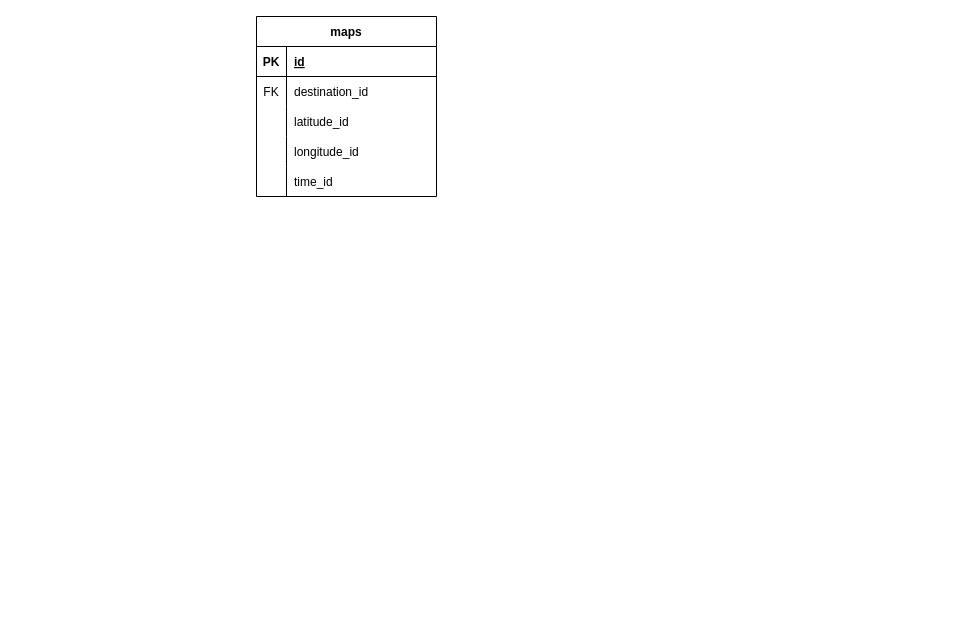
vantan-production/25AutumnTechJam keeps this draw.io diagram as cafe.drawio. Above is the earlier version. Source tidied: cells renumbered, new cells numbered last; positions are measured from the earlier drawing's top-left corner, leaving out a move shared by most shapes. Both pictures are drawn from the tidied source at 100%, with x=0, y=0 at pixel (256, 16).
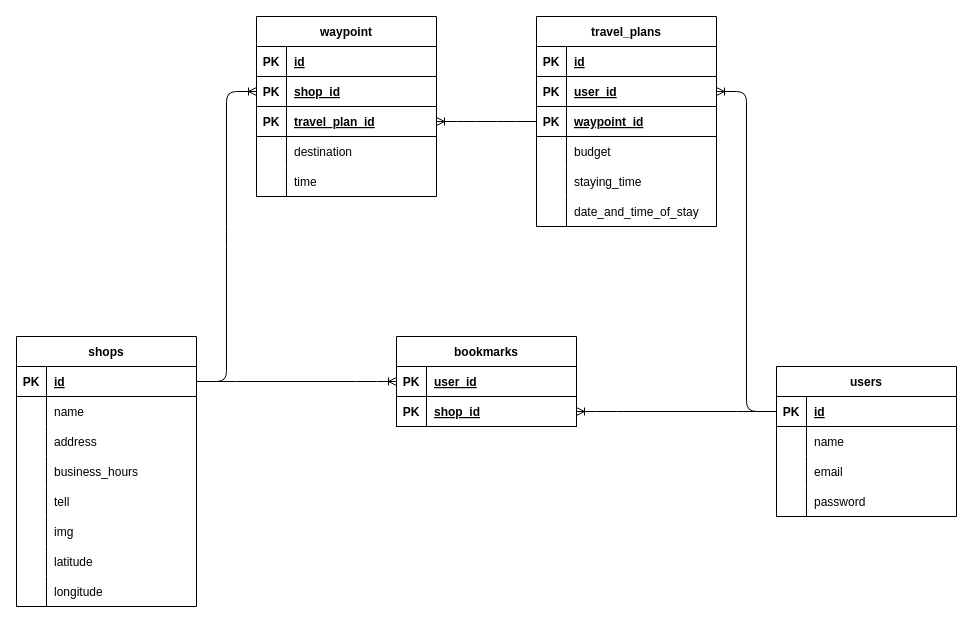
The same diagram, later.

Commit message:
一旦テーブル設計完成

What changed in the source:
```diff
@@
-    <mxCell id="2" value="maps" style="shape=table;startSize=30;childLayout=tableLayout;rowLines=0;fontStyle=1;align=center;" parent="1" vertex="1">
+    <mxCell id="2" value="waypoint" style="shape=table;startSize=30;childLayout=tableLayout;rowLines=0;fontStyle=1;align=center;" parent="1" vertex="1">
       <mxGeometry width="180" height="180" as="geometry" />
     </mxCell>
@@
+    <mxCell id="18" style="shape=tableRow;horizontal=0;startSize=0;swimlaneHead=0;swimlaneBody=0;fillColor=none;points=[[0,0.5],[1,0.5]];portConstraint=eastwest;top=0;left=0;right=0;bottom=1;" parent="2" vertex="1">
+      <mxGeometry y="60" width="180" height="30" as="geometry" />
+    </mxCell>
+    <mxCell id="19" value="PK" style="shape=partialRectangle;fillColor=none;top=0;left=0;bottom=0;right=0;fontStyle=1;overflow=hidden;" parent="18" vertex="1">
+      <mxGeometry width="30" height="30" as="geometry" />
+    </mxCell>
+    <mxCell id="20" value="shop_id" style="shape=partialRectangle;fillColor=none;top=0;left=0;bottom=0;right=0;align=left;spacingLeft=6;fontStyle=5;overflow=hidden;" parent="18" vertex="1">
+      <mxGeometry x="30" width="150" height="30" as="geometry" />
+    </mxCell>
+    <mxCell id="21" style="shape=tableRow;horizontal=0;startSize=0;swimlaneHead=0;swimlaneBody=0;fillColor=none;points=[[0,0.5],[1,0.5]];portConstraint=eastwest;top=0;left=0;right=0;bottom=1;" parent="2" vertex="1">
+      <mxGeometry y="90" width="180" height="30" as="geometry" />
+    </mxCell>
+    <mxCell id="22" value="PK" style="shape=partialRectangle;fillColor=none;top=0;left=0;bottom=0;right=0;fontStyle=1;overflow=hidden;" parent="21" vertex="1">
+      <mxGeometry width="30" height="30" as="geometry" />
+    </mxCell>
+    <mxCell id="23" value="travel_plan_id" style="shape=partialRectangle;fillColor=none;top=0;left=0;bottom=0;right=0;align=left;spacingLeft=6;fontStyle=5;overflow=hidden;" parent="21" vertex="1">
+      <mxGeometry x="30" width="150" height="30" as="geometry" />
+    </mxCell>
     <mxCell id="6" style="shape=tableRow;horizontal=0;startSize=0;swimlaneHead=0;swimlaneBody=0;fillColor=none;top=0;left=0;right=0;bottom=0;" parent="2" vertex="1">
-      <mxGeometry y="60" width="180" height="30" as="geometry" />
+      <mxGeometry y="120" width="180" height="30" as="geometry" />
     </mxCell>
-    <mxCell id="7" value="FK" style="shape=partialRectangle;fillColor=none;top=0;left=0;bottom=0;right=0;overflow=hidden;" parent="6" vertex="1">
+    <mxCell id="7" style="shape=partialRectangle;fillColor=none;top=0;left=0;bottom=0;right=0;overflow=hidden;" parent="6" vertex="1">
       <mxGeometry width="30" height="30" as="geometry" />
     </mxCell>
-    <mxCell id="8" value="destination_id" style="shape=partialRectangle;fillColor=none;top=0;left=0;bottom=0;right=0;align=left;spacingLeft=6;overflow=hidden;" parent="6" vertex="1">
+    <mxCell id="8" value="destination" style="shape=partialRectangle;fillColor=none;top=0;left=0;bottom=0;right=0;align=left;spacingLeft=6;overflow=hidden;" parent="6" vertex="1">
       <mxGeometry x="30" width="150" height="30" as="geometry" />
     </mxCell>
+    <mxCell id="15" style="shape=tableRow;horizontal=0;startSize=0;swimlaneHead=0;swimlaneBody=0;fillColor=none;top=0;left=0;right=0;bottom=0;" parent="2" vertex="1">
+      <mxGeometry y="150" width="180" height="30" as="geometry" />
+    </mxCell>
+    <mxCell id="16" style="shape=partialRectangle;fillColor=none;top=0;left=0;bottom=0;right=0;overflow=hidden;" parent="15" vertex="1">
+      <mxGeometry width="30" height="30" as="geometry" />
+    </mxCell>
+    <mxCell id="17" value="time" style="shape=partialRectangle;fillColor=none;top=0;left=0;bottom=0;right=0;align=left;spacingLeft=6;overflow=hidden;" parent="15" vertex="1">
+      <mxGeometry x="30" width="150" height="30" as="geometry" />
+    </mxCell>
+    <mxCell id="24" value="bookmarks" style="shape=table;startSize=30;childLayout=tableLayout;rowLines=0;fontStyle=1;align=center;" parent="1" vertex="1">
+      <mxGeometry x="140" y="320" width="180" height="90" as="geometry" />
+    </mxCell>
+    <mxCell id="25" style="shape=tableRow;horizontal=0;startSize=0;swimlaneHead=0;swimlaneBody=0;fillColor=none;points=[[0,0.5],[1,0.5]];portConstraint=eastwest;top=0;left=0;right=0;bottom=1;" parent="24" vertex="1">
+      <mxGeometry y="30" width="180" height="30" as="geometry" />
+    </mxCell>
+    <mxCell id="26" value="PK" style="shape=partialRectangle;fillColor=none;top=0;left=0;bottom=0;right=0;fontStyle=1;overflow=hidden;" parent="25" vertex="1">
+      <mxGeometry width="30" height="30" as="geometry" />
+    </mxCell>
+    <mxCell id="27" value="user_id" style="shape=partialRectangle;fillColor=none;top=0;left=0;bottom=0;right=0;align=left;spacingLeft=6;fontStyle=5;overflow=hidden;" parent="25" vertex="1">
+      <mxGeometry x="30" width="150" height="30" as="geometry" />
+    </mxCell>
+    <mxCell id="28" style="shape=tableRow;horizontal=0;startSize=0;swimlaneHead=0;swimlaneBody=0;fillColor=none;points=[[0,0.5],[1,0.5]];portConstraint=eastwest;top=0;left=0;right=0;bottom=1;" parent="24" vertex="1">
+      <mxGeometry y="60" width="180" height="30" as="geometry" />
+    </mxCell>
+    <mxCell id="29" value="PK" style="shape=partialRectangle;fillColor=none;top=0;left=0;bottom=0;right=0;fontStyle=1;overflow=hidden;" parent="28" vertex="1">
+      <mxGeometry width="30" height="30" as="geometry" />
+    </mxCell>
+    <mxCell id="30" value="shop_id" style="shape=partialRectangle;fillColor=none;top=0;left=0;bottom=0;right=0;align=left;spacingLeft=6;fontStyle=5;overflow=hidden;" parent="28" vertex="1">
+      <mxGeometry x="30" width="150" height="30" as="geometry" />
+    </mxCell>
+    <mxCell id="31" value="shops" style="shape=table;startSize=30;childLayout=tableLayout;rowLines=0;fontStyle=1;align=center;" parent="1" vertex="1">
+      <mxGeometry x="-240" y="320" width="180" height="270" as="geometry" />
+    </mxCell>
+    <mxCell id="32" style="shape=tableRow;horizontal=0;startSize=0;swimlaneHead=0;swimlaneBody=0;fillColor=none;points=[[0,0.5],[1,0.5]];portConstraint=eastwest;top=0;left=0;right=0;bottom=1;" parent="31" vertex="1">
+      <mxGeometry y="30" width="180" height="30" as="geometry" />
+    </mxCell>
+    <mxCell id="33" value="PK" style="shape=partialRectangle;fillColor=none;top=0;left=0;bottom=0;right=0;fontStyle=1;overflow=hidden;" parent="32" vertex="1">
+      <mxGeometry width="30" height="30" as="geometry" />
+    </mxCell>
+    <mxCell id="34" value="id" style="shape=partialRectangle;fillColor=none;top=0;left=0;bottom=0;right=0;align=left;spacingLeft=6;fontStyle=5;overflow=hidden;" parent="32" vertex="1">
+      <mxGeometry x="30" width="150" height="30" as="geometry" />
+    </mxCell>
+    <mxCell id="35" style="shape=tableRow;horizontal=0;startSize=0;swimlaneHead=0;swimlaneBody=0;fillColor=none;top=0;left=0;right=0;bottom=0;" parent="31" vertex="1">
+      <mxGeometry y="60" width="180" height="30" as="geometry" />
+    </mxCell>
+    <mxCell id="36" style="shape=partialRectangle;fillColor=none;top=0;left=0;bottom=0;right=0;overflow=hidden;" parent="35" vertex="1">
+      <mxGeometry width="30" height="30" as="geometry" />
+    </mxCell>
+    <mxCell id="37" value="name" style="shape=partialRectangle;fillColor=none;top=0;left=0;bottom=0;right=0;align=left;spacingLeft=6;overflow=hidden;" parent="35" vertex="1">
+      <mxGeometry x="30" width="150" height="30" as="geometry" />
+    </mxCell>
+    <mxCell id="38" style="shape=tableRow;horizontal=0;startSize=0;swimlaneHead=0;swimlaneBody=0;fillColor=none;top=0;left=0;right=0;bottom=0;" parent="31" vertex="1">
+      <mxGeometry y="90" width="180" height="30" as="geometry" />
+    </mxCell>
+    <mxCell id="39" style="shape=partialRectangle;fillColor=none;top=0;left=0;bottom=0;right=0;overflow=hidden;" parent="38" vertex="1">
+      <mxGeometry width="30" height="30" as="geometry" />
+    </mxCell>
+    <mxCell id="40" value="address" style="shape=partialRectangle;fillColor=none;top=0;left=0;bottom=0;right=0;align=left;spacingLeft=6;overflow=hidden;" parent="38" vertex="1">
+      <mxGeometry x="30" width="150" height="30" as="geometry" />
+    </mxCell>
+    <mxCell id="41" style="shape=tableRow;horizontal=0;startSize=0;swimlaneHead=0;swimlaneBody=0;fillColor=none;top=0;left=0;right=0;bottom=0;" parent="31" vertex="1">
+      <mxGeometry y="120" width="180" height="30" as="geometry" />
+    </mxCell>
+    <mxCell id="42" style="shape=partialRectangle;fillColor=none;top=0;left=0;bottom=0;right=0;overflow=hidden;" parent="41" vertex="1">
+      <mxGeometry width="30" height="30" as="geometry" />
+    </mxCell>
+    <mxCell id="43" value="business_hours" style="shape=partialRectangle;fillColor=none;top=0;left=0;bottom=0;right=0;align=left;spacingLeft=6;overflow=hidden;" parent="41" vertex="1">
+      <mxGeometry x="30" width="150" height="30" as="geometry" />
+    </mxCell>
+    <mxCell id="44" style="shape=tableRow;horizontal=0;startSize=0;swimlaneHead=0;swimlaneBody=0;fillColor=none;top=0;left=0;right=0;bottom=0;" parent="31" vertex="1">
+      <mxGeometry y="150" width="180" height="30" as="geometry" />
+    </mxCell>
+    <mxCell id="45" style="shape=partialRectangle;fillColor=none;top=0;left=0;bottom=0;right=0;overflow=hidden;" parent="44" vertex="1">
+      <mxGeometry width="30" height="30" as="geometry" />
+    </mxCell>
+    <mxCell id="46" value="tell" style="shape=partialRectangle;fillColor=none;top=0;left=0;bottom=0;right=0;align=left;spacingLeft=6;overflow=hidden;" parent="44" vertex="1">
+      <mxGeometry x="30" width="150" height="30" as="geometry" />
+    </mxCell>
+    <mxCell id="47" style="shape=tableRow;horizontal=0;startSize=0;swimlaneHead=0;swimlaneBody=0;fillColor=none;top=0;left=0;right=0;bottom=0;" parent="31" vertex="1">
+      <mxGeometry y="180" width="180" height="30" as="geometry" />
+    </mxCell>
+    <mxCell id="48" style="shape=partialRectangle;fillColor=none;top=0;left=0;bottom=0;right=0;overflow=hidden;" parent="47" vertex="1">
+      <mxGeometry width="30" height="30" as="geometry" />
+    </mxCell>
+    <mxCell id="49" value="img" style="shape=partialRectangle;fillColor=none;top=0;left=0;bottom=0;right=0;align=left;spacingLeft=6;overflow=hidden;" parent="47" vertex="1">
+      <mxGeometry x="30" width="150" height="30" as="geometry" />
+    </mxCell>
-    <mxCell id="9" style="shape=tableRow;horizontal=0;startSize=0;swimlaneHead=0;swimlaneBody=0;fillColor=none;top=0;left=0;right=0;bottom=0;" parent="2" vertex="1">
-      <mxGeometry y="90" width="180" height="30" as="geometry" />
+    <mxCell id="9" style="shape=tableRow;horizontal=0;startSize=0;swimlaneHead=0;swimlaneBody=0;fillColor=none;top=0;left=0;right=0;bottom=0;" parent="31" vertex="1">
+      <mxGeometry y="210" width="180" height="30" as="geometry" />
     </mxCell>
@@
-    <mxCell id="11" value="latitude_id" style="shape=partialRectangle;fillColor=none;top=0;left=0;bottom=0;right=0;align=left;spacingLeft=6;overflow=hidden;" parent="9" vertex="1">
+    <mxCell id="11" value="latitude" style="shape=partialRectangle;fillColor=none;top=0;left=0;bottom=0;right=0;align=left;spacingLeft=6;overflow=hidden;" parent="9" vertex="1">
       <mxGeometry x="30" width="150" height="30" as="geometry" />
     </mxCell>
-    <mxCell id="12" style="shape=tableRow;horizontal=0;startSize=0;swimlaneHead=0;swimlaneBody=0;fillColor=none;top=0;left=0;right=0;bottom=0;" parent="2" vertex="1">
-      <mxGeometry y="120" width="180" height="30" as="geometry" />
+    <mxCell id="12" style="shape=tableRow;horizontal=0;startSize=0;swimlaneHead=0;swimlaneBody=0;fillColor=none;top=0;left=0;right=0;bottom=0;" parent="31" vertex="1">
+      <mxGeometry y="240" width="180" height="30" as="geometry" />
     </mxCell>
@@
-    <mxCell id="14" value="longitude_id" style="shape=partialRectangle;fillColor=none;top=0;left=0;bottom=0;right=0;align=left;spacingLeft=6;overflow=hidden;" parent="12" vertex="1">
+    <mxCell id="14" value="longitude" style="shape=partialRectangle;fillColor=none;top=0;left=0;bottom=0;right=0;align=left;spacingLeft=6;overflow=hidden;" parent="12" vertex="1">
       <mxGeometry x="30" width="150" height="30" as="geometry" />
     </mxCell>
-    <mxCell id="15" style="shape=tableRow;horizontal=0;startSize=0;swimlaneHead=0;swimlaneBody=0;fillColor=none;top=0;left=0;right=0;bottom=0;" parent="2" vertex="1">
-      <mxGeometry y="150" width="180" height="30" as="geometry" />
-    </mxCell>
-    <mxCell id="16" style="shape=partialRectangle;fillColor=none;top=0;left=0;bottom=0;right=0;overflow=hidden;" parent="15" vertex="1">
-      <mxGeometry width="30" height="30" as="geometry" />
-    </mxCell>
-    <mxCell id="17" value="time_id" style="shape=partialRectangle;fillColor=none;top=0;left=0;bottom=0;right=0;align=left;spacingLeft=6;overflow=hidden;" parent="15" vertex="1">
-      <mxGeometry x="30" width="150" height="30" as="geometry" />
-    </mxCell>
+    <mxCell id="50" value="users" style="shape=table;startSize=30;childLayout=tableLayout;rowLines=0;fontStyle=1;align=center;" parent="1" vertex="1">
+      <mxGeometry x="520" y="350" width="180" height="150" as="geometry" />
+    </mxCell>
+    <mxCell id="51" style="shape=tableRow;horizontal=0;startSize=0;swimlaneHead=0;swimlaneBody=0;fillColor=none;points=[[0,0.5],[1,0.5]];portConstraint=eastwest;top=0;left=0;right=0;bottom=1;" parent="50" vertex="1">
+      <mxGeometry y="30" width="180" height="30" as="geometry" />
+    </mxCell>
+    <mxCell id="52" value="PK" style="shape=partialRectangle;fillColor=none;top=0;left=0;bottom=0;right=0;fontStyle=1;overflow=hidden;" parent="51" vertex="1">
+      <mxGeometry width="30" height="30" as="geometry" />
+    </mxCell>
+    <mxCell id="53" value="id" style="shape=partialRectangle;fillColor=none;top=0;left=0;bottom=0;right=0;align=left;spacingLeft=6;fontStyle=5;overflow=hidden;" parent="51" vertex="1">
+      <mxGeometry x="30" width="150" height="30" as="geometry" />
+    </mxCell>
+    <mxCell id="54" style="shape=tableRow;horizontal=0;startSize=0;swimlaneHead=0;swimlaneBody=0;fillColor=none;top=0;left=0;right=0;bottom=0;" parent="50" vertex="1">
+      <mxGeometry y="60" width="180" height="30" as="geometry" />
+    </mxCell>
+    <mxCell id="55" style="shape=partialRectangle;fillColor=none;top=0;left=0;bottom=0;right=0;overflow=hidden;" parent="54" vertex="1">
+      <mxGeometry width="30" height="30" as="geometry" />
+    </mxCell>
+    <mxCell id="56" value="name" style="shape=partialRectangle;fillColor=none;top=0;left=0;bottom=0;right=0;align=left;spacingLeft=6;overflow=hidden;" parent="54" vertex="1">
+      <mxGeometry x="30" width="150" height="30" as="geometry" />
+    </mxCell>
+    <mxCell id="57" style="shape=tableRow;horizontal=0;startSize=0;swimlaneHead=0;swimlaneBody=0;fillColor=none;top=0;left=0;right=0;bottom=0;" parent="50" vertex="1">
+      <mxGeometry y="90" width="180" height="30" as="geometry" />
+    </mxCell>
+    <mxCell id="58" style="shape=partialRectangle;fillColor=none;top=0;left=0;bottom=0;right=0;overflow=hidden;" parent="57" vertex="1">
+      <mxGeometry width="30" height="30" as="geometry" />
+    </mxCell>
+    <mxCell id="59" value="email" style="shape=partialRectangle;fillColor=none;top=0;left=0;bottom=0;right=0;align=left;spacingLeft=6;overflow=hidden;" parent="57" vertex="1">
+      <mxGeometry x="30" width="150" height="30" as="geometry" />
+    </mxCell>
+    <mxCell id="60" style="shape=tableRow;horizontal=0;startSize=0;swimlaneHead=0;swimlaneBody=0;fillColor=none;top=0;left=0;right=0;bottom=0;" parent="50" vertex="1">
+      <mxGeometry y="120" width="180" height="30" as="geometry" />
+    </mxCell>
+    <mxCell id="61" style="shape=partialRectangle;fillColor=none;top=0;left=0;bottom=0;right=0;overflow=hidden;" parent="60" vertex="1">
+      <mxGeometry width="30" height="30" as="geometry" />
+    </mxCell>
+    <mxCell id="62" value="password" style="shape=partialRectangle;fillColor=none;top=0;left=0;bottom=0;right=0;align=left;spacingLeft=6;overflow=hidden;" parent="60" vertex="1">
+      <mxGeometry x="30" width="150" height="30" as="geometry" />
+    </mxCell>
+    <mxCell id="63" style="shape=tableRow;horizontal=0;startSize=0;swimlaneHead=0;swimlaneBody=0;fillColor=none;top=0;left=0;right=0;bottom=0;" parent="1" vertex="1">
+      <mxGeometry x="370" y="360" width="180" height="30" as="geometry" />
+    </mxCell>
+    <mxCell id="64" style="edgeStyle=entityRelationEdgeStyle;fontSize=12;html=1;endArrow=ERoneToMany;" parent="1" edge="1" source="32" target="25">
+      <mxGeometry relative="1" as="geometry" />
+    </mxCell>
+    <mxCell id="65" style="edgeStyle=entityRelationEdgeStyle;fontSize=12;html=1;endArrow=ERoneToMany;" parent="1" edge="1" source="51" target="28">
+      <mxGeometry relative="1" as="geometry" />
+    </mxCell>
+    <mxCell id="66" value="travel_plans" style="shape=table;startSize=30;childLayout=tableLayout;rowLines=0;fontStyle=1;align=center;" parent="1" vertex="1">
+      <mxGeometry x="280" width="180" height="210" as="geometry" />
+    </mxCell>
+    <mxCell id="67" style="shape=tableRow;horizontal=0;startSize=0;swimlaneHead=0;swimlaneBody=0;fillColor=none;top=0;left=0;right=0;bottom=1;" parent="66" vertex="1">
+      <mxGeometry y="30" width="180" height="30" as="geometry" />
+    </mxCell>
+    <mxCell id="68" value="PK" style="shape=partialRectangle;fillColor=none;top=0;left=0;bottom=0;right=0;fontStyle=1;overflow=hidden;" parent="67" vertex="1">
+      <mxGeometry width="30" height="30" as="geometry" />
+    </mxCell>
+    <mxCell id="69" value="id" style="shape=partialRectangle;fillColor=none;top=0;left=0;bottom=0;right=0;align=left;spacingLeft=6;fontStyle=5;overflow=hidden;" parent="67" vertex="1">
+      <mxGeometry x="30" width="150" height="30" as="geometry" />
+    </mxCell>
+    <mxCell id="70" style="shape=tableRow;horizontal=0;startSize=0;swimlaneHead=0;swimlaneBody=0;fillColor=none;points=[[0,0.5],[1,0.5]];portConstraint=eastwest;top=0;left=0;right=0;bottom=1;" parent="66" vertex="1">
+      <mxGeometry y="60" width="180" height="30" as="geometry" />
+    </mxCell>
+    <mxCell id="71" value="PK" style="shape=partialRectangle;fillColor=none;top=0;left=0;bottom=0;right=0;fontStyle=1;overflow=hidden;" parent="70" vertex="1">
+      <mxGeometry width="30" height="30" as="geometry" />
+    </mxCell>
+    <mxCell id="72" value="user_id" style="shape=partialRectangle;fillColor=none;top=0;left=0;bottom=0;right=0;align=left;spacingLeft=6;fontStyle=5;overflow=hidden;" parent="70" vertex="1">
+      <mxGeometry x="30" width="150" height="30" as="geometry" />
+    </mxCell>
+    <mxCell id="73" style="shape=tableRow;horizontal=0;startSize=0;swimlaneHead=0;swimlaneBody=0;fillColor=none;points=[[0,0.5],[1,0.5]];portConstraint=eastwest;top=0;left=0;right=0;bottom=1;" parent="66" vertex="1">
+      <mxGeometry y="90" width="180" height="30" as="geometry" />
+    </mxCell>
+    <mxCell id="74" value="PK" style="shape=partialRectangle;fillColor=none;top=0;left=0;bottom=0;right=0;fontStyle=1;overflow=hidden;" parent="73" vertex="1">
+      <mxGeometry width="30" height="30" as="geometry" />
+    </mxCell>
+    <mxCell id="75" value="waypoint_id" style="shape=partialRectangle;fillColor=none;top=0;left=0;bottom=0;right=0;align=left;spacingLeft=6;fontStyle=5;overflow=hidden;" parent="73" vertex="1">
+      <mxGeometry x="30" width="150" height="30" as="geometry" />
+    </mxCell>
+    <mxCell id="76" style="shape=tableRow;horizontal=0;startSize=0;swimlaneHead=0;swimlaneBody=0;fillColor=none;top=0;left=0;right=0;bottom=0;" parent="66" vertex="1">
+      <mxGeometry y="120" width="180" height="30" as="geometry" />
+    </mxCell>
+    <mxCell id="77" style="shape=partialRectangle;fillColor=none;top=0;left=0;bottom=0;right=0;overflow=hidden;" parent="76" vertex="1">
+      <mxGeometry width="30" height="30" as="geometry" />
+    </mxCell>
+    <mxCell id="78" value="budget" style="shape=partialRectangle;fillColor=none;top=0;left=0;bottom=0;right=0;align=left;spacingLeft=6;overflow=hidden;" parent="76" vertex="1">
+      <mxGeometry x="30" width="150" height="30" as="geometry" />
+    </mxCell>
+    <mxCell id="79" style="shape=tableRow;horizontal=0;startSize=0;swimlaneHead=0;swimlaneBody=0;fillColor=none;top=0;left=0;right=0;bottom=0;" parent="66" vertex="1">
+      <mxGeometry y="150" width="180" height="30" as="geometry" />
+    </mxCell>
+    <mxCell id="80" style="shape=partialRectangle;fillColor=none;top=0;left=0;bottom=0;right=0;overflow=hidden;" parent="79" vertex="1">
+      <mxGeometry width="30" height="30" as="geometry" />
+    </mxCell>
+    <mxCell id="81" value="staying_time" style="shape=partialRectangle;fillColor=none;top=0;left=0;bottom=0;right=0;align=left;spacingLeft=6;overflow=hidden;" parent="79" vertex="1">
+      <mxGeometry x="30" width="150" height="30" as="geometry" />
+    </mxCell>
+    <mxCell id="82" style="shape=tableRow;horizontal=0;startSize=0;swimlaneHead=0;swimlaneBody=0;fillColor=none;top=0;left=0;right=0;bottom=0;" parent="66" vertex="1">
+      <mxGeometry y="180" width="180" height="30" as="geometry" />
+    </mxCell>
+    <mxCell id="83" style="shape=partialRectangle;fillColor=none;top=0;left=0;bottom=0;right=0;overflow=hidden;" parent="82" vertex="1">
+      <mxGeometry width="30" height="30" as="geometry" />
+    </mxCell>
+    <mxCell id="84" value="date_and_time_of_stay" style="shape=partialRectangle;fillColor=none;top=0;left=0;bottom=0;right=0;align=left;spacingLeft=6;overflow=hidden;" parent="82" vertex="1">
+      <mxGeometry x="30" width="150" height="30" as="geometry" />
+    </mxCell>
+    <mxCell id="85" style="edgeStyle=entityRelationEdgeStyle;fontSize=12;html=1;endArrow=ERoneToMany;entryX=1;entryY=0.5;entryDx=0;entryDy=0;exitX=0;exitY=0.5;exitDx=0;exitDy=0;" parent="1" edge="1" source="51" target="70">
+      <mxGeometry relative="1" as="geometry" />
+    </mxCell>
+    <mxCell id="86" style="edgeStyle=entityRelationEdgeStyle;fontSize=12;html=1;endArrow=ERoneToMany;entryX=0;entryY=0.5;entryDx=0;entryDy=0;exitX=1;exitY=0.5;exitDx=0;exitDy=0;" parent="1" edge="1" source="32" target="18">
+      <mxGeometry relative="1" as="geometry" />
+    </mxCell>
+    <mxCell id="87" style="edgeStyle=entityRelationEdgeStyle;fontSize=12;html=1;endArrow=ERoneToMany;exitX=0;exitY=0.5;exitDx=0;exitDy=0;" parent="1" edge="1" source="73" target="21">
+      <mxGeometry relative="1" as="geometry" />
+    </mxCell>
```
